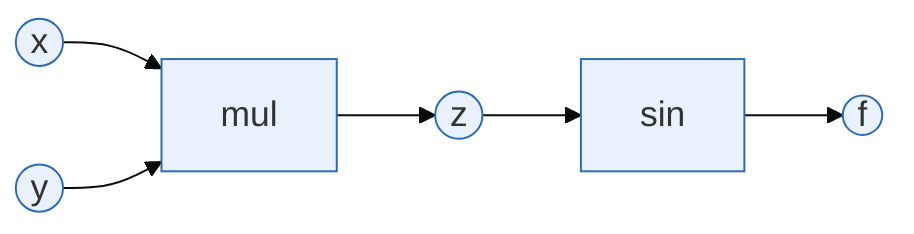
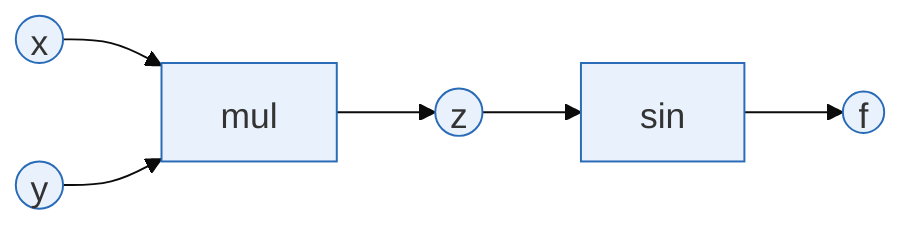
---
config:
  theme: base
+   htmlLabels: false
+   fontFamily: "Arial, Microsoft YaHei, sans-serif"
  themeVariables:
    fontSize: "18px"
    primaryColor: "#e9f2fc"
    primaryBorderColor: "#296bb7"
-     secondaryBorderColor: "#296bb7"
+     primaryTextColor: "#333333"
+     lineColor: "#0b0b0b"
+   themeCSS: |
+     .node text,
+     .nodeLabel,
+     .label text {
+       font-weight: 400;
+       font-style: normal;
+     }
+ 
+     .node rect,
+     .flowchart-link {
+       stroke-width: 1px;
+     }
---

flowchart LR
-   x((x)) --> mul[mul]
-   y((y)) --> mul
-   mul --> z((z))
-   z --> sin[sin]
-   sin --> f((f))
+     x((x)) --> mul[mul]
+     y((y)) --> mul
+     mul --> z((z))
+     z --> sin[sin]
+     sin --> f((f))
